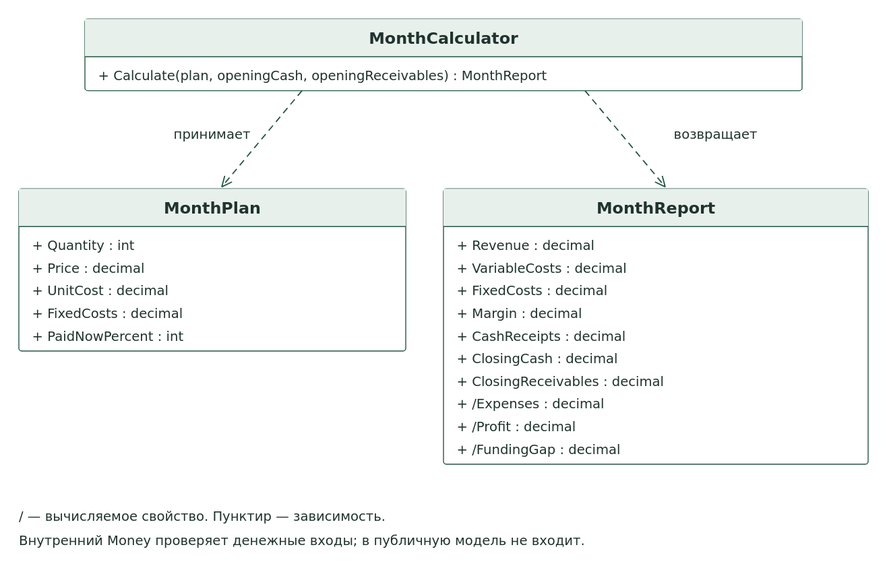
Lev12345678901234567890/Findirector keeps this PlantUML diagram as docs/diagrams/domain.svg. Above is the earlier version. Its source is kept beside it as docs/diagrams/domain.puml.
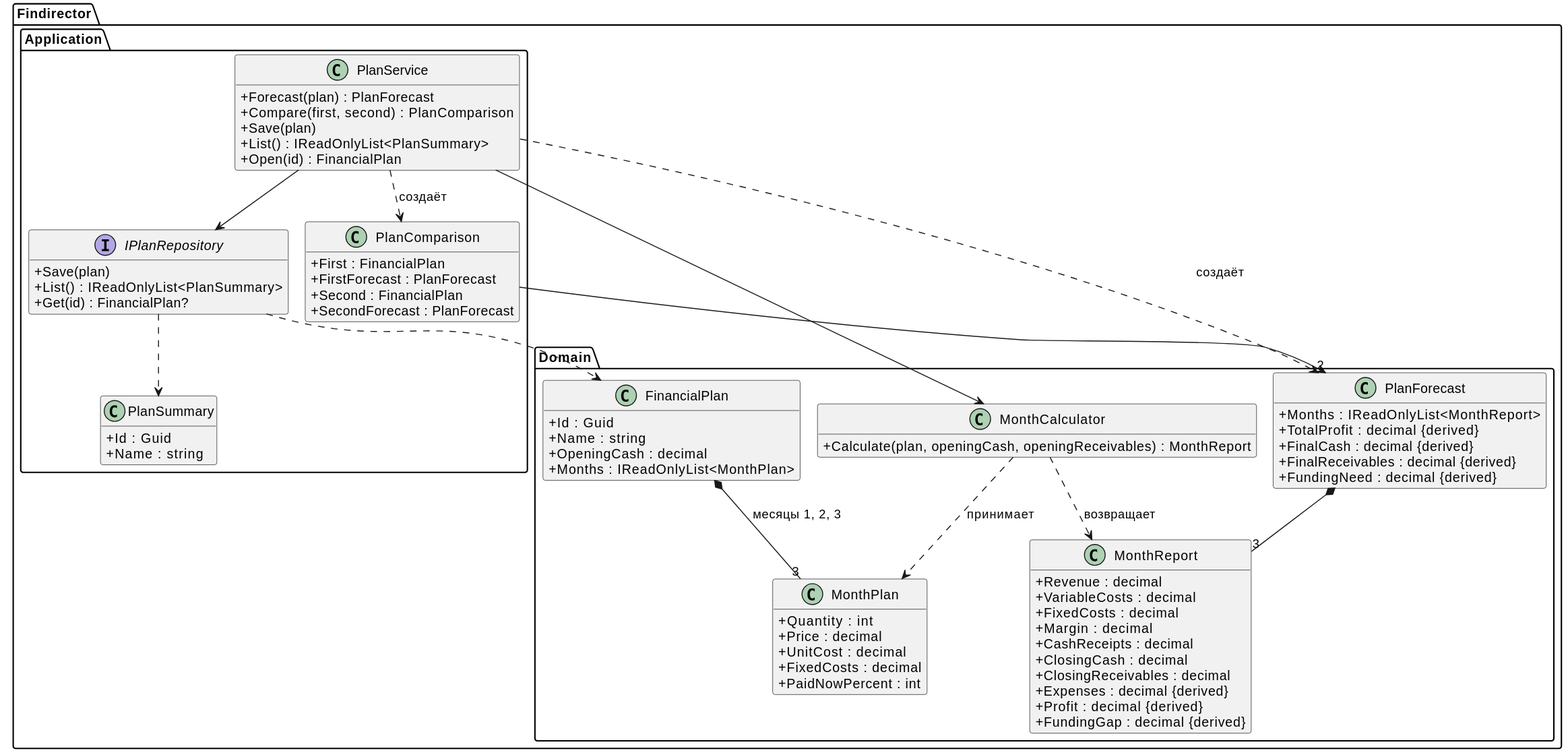
Above is the later version.

Diff of the diagram source:
```diff
@@ -1,28 +1,80 @@
 @startuml
+!pragma layout smetana
 skinparam classAttributeIconSize 0
 hide empty members
-class MonthPlan {
-  +Quantity : int
-  +Price : decimal
-  +UnitCost : decimal
-  +FixedCosts : decimal
-  +PaidNowPercent : int
+
+package "Findirector.Domain" {
+  class FinancialPlan {
+    +Id : Guid
+    +Name : string
+    +OpeningCash : decimal
+    +Months : IReadOnlyList<MonthPlan>
+  }
+  class MonthPlan {
+    +Quantity : int
+    +Price : decimal
+    +UnitCost : decimal
+    +FixedCosts : decimal
+    +PaidNowPercent : int
+  }
+  class MonthCalculator {
+    +Calculate(plan, openingCash, openingReceivables) : MonthReport
+  }
+  class MonthReport {
+    +Revenue : decimal
+    +VariableCosts : decimal
+    +FixedCosts : decimal
+    +Margin : decimal
+    +CashReceipts : decimal
+    +ClosingCash : decimal
+    +ClosingReceivables : decimal
+    +Expenses : decimal {derived}
+    +Profit : decimal {derived}
+    +FundingGap : decimal {derived}
+  }
+  class PlanForecast {
+    +Months : IReadOnlyList<MonthReport>
+    +TotalProfit : decimal {derived}
+    +FinalCash : decimal {derived}
+    +FinalReceivables : decimal {derived}
+    +FundingNeed : decimal {derived}
+  }
 }
-class MonthCalculator {
-  +Calculate(plan, openingCash, openingReceivables) : MonthReport
+
+package "Findirector.Application" {
+  class PlanService {
+    +Forecast(plan) : PlanForecast
+    +Compare(first, second) : PlanComparison
+    +Save(plan)
+    +List() : IReadOnlyList<PlanSummary>
+    +Open(id) : FinancialPlan
+  }
+  interface IPlanRepository {
+    +Save(plan)
+    +List() : IReadOnlyList<PlanSummary>
+    +Get(id) : FinancialPlan?
+  }
+  class PlanComparison {
+    +First : FinancialPlan
+    +FirstForecast : PlanForecast
+    +Second : FinancialPlan
+    +SecondForecast : PlanForecast
+  }
+  class PlanSummary {
+    +Id : Guid
+    +Name : string
+  }
 }
-class MonthReport {
-  +Revenue : decimal
-  +VariableCosts : decimal
-  +FixedCosts : decimal
-  +Margin : decimal
-  +CashReceipts : decimal
-  +ClosingCash : decimal
-  +ClosingReceivables : decimal
-  +Expenses : decimal {derived}
-  +Profit : decimal {derived}
-  +FundingGap : decimal {derived}
-}
+
+FinancialPlan *-- "3" MonthPlan : месяцы 1, 2, 3
+PlanForecast *-- "3" MonthReport
 MonthCalculator ..> MonthPlan : принимает
 MonthCalculator ..> MonthReport : возвращает
+PlanService --> MonthCalculator
+PlanService --> IPlanRepository
+PlanService ..> PlanForecast : создаёт
+PlanService ..> PlanComparison : создаёт
+PlanComparison --> "2" PlanForecast
+IPlanRepository ..> FinancialPlan
+IPlanRepository ..> PlanSummary
 @enduml
```
